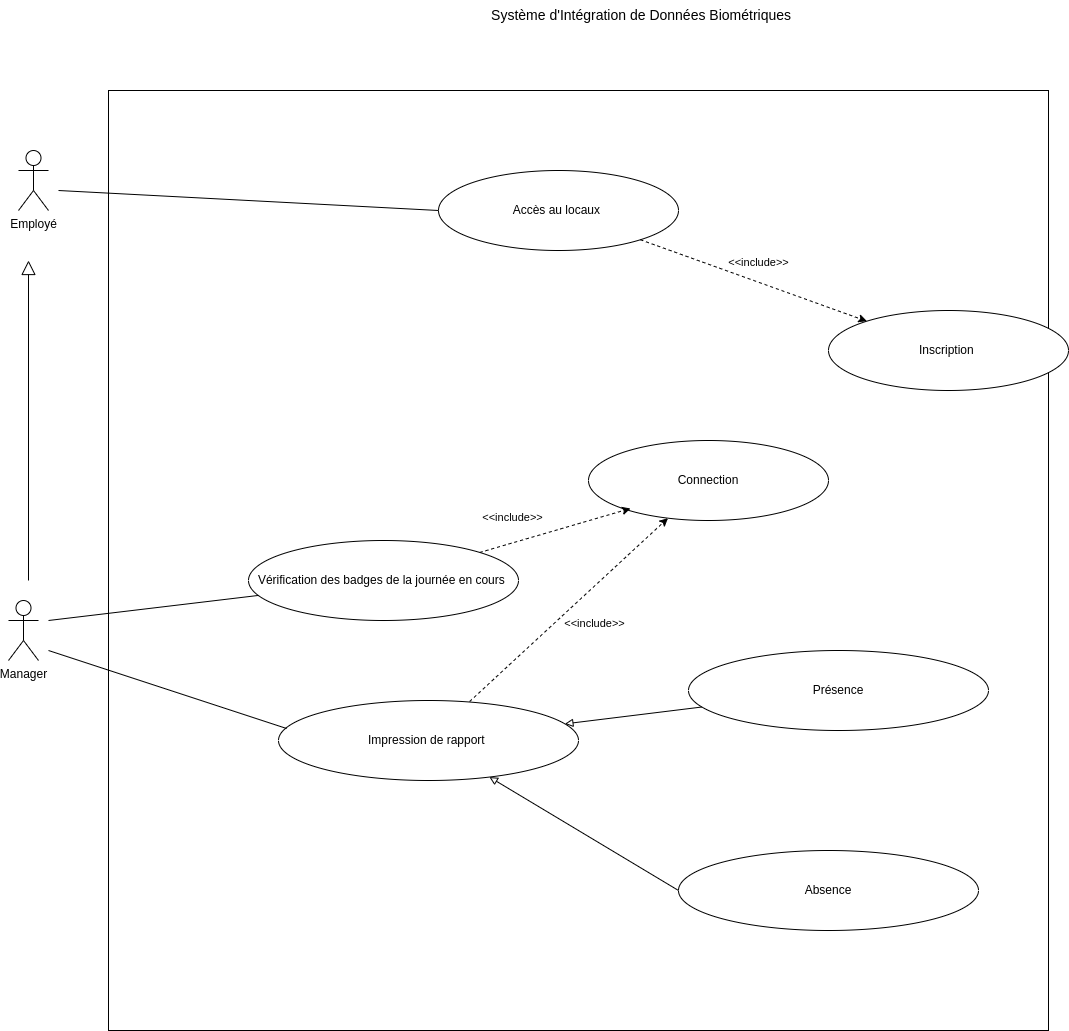
Siluearsene/borne_biometrique keeps this draw.io diagram as static/Diagramme de cas d'utilisation.drawio.png. Above is the earlier version. Source tidied: cells renumbered, new cells last; positions are measured from the earlier drawing's top-left corner, leaving out a move shared by most shapes.
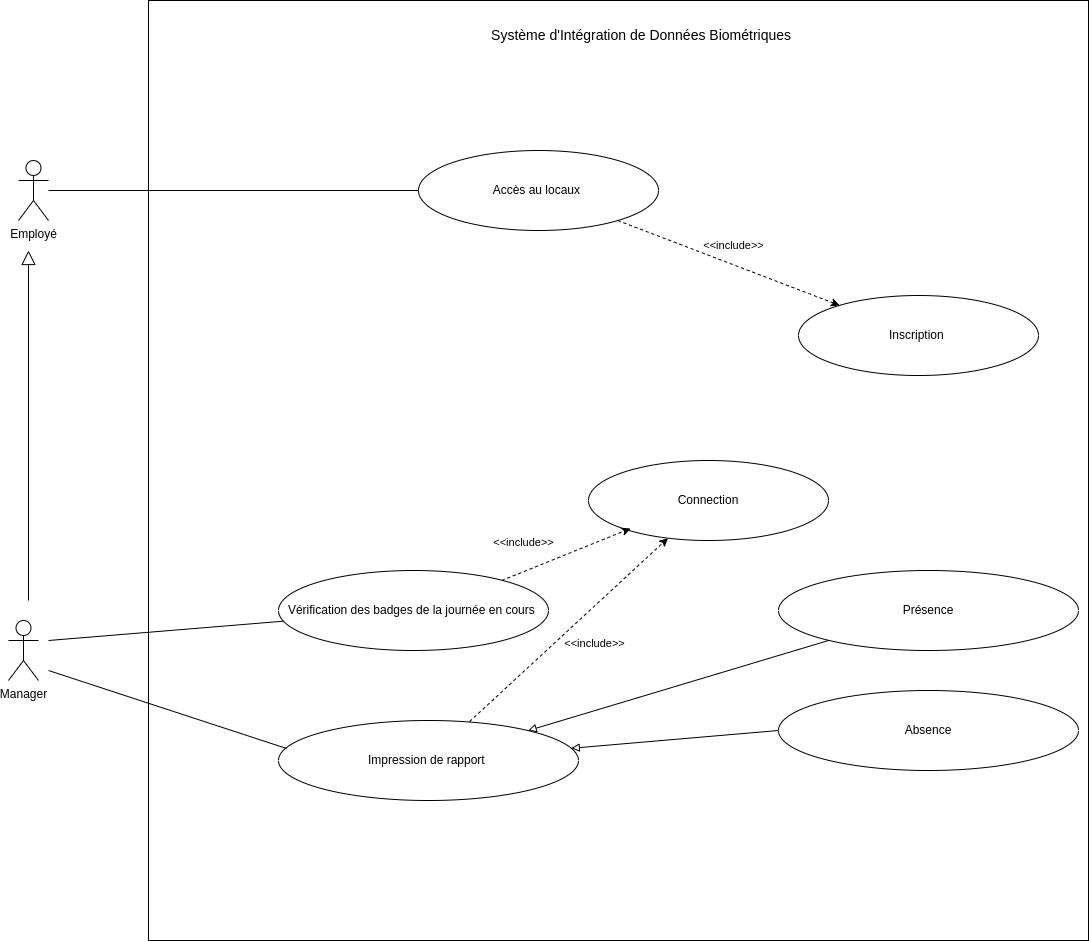
Later version of the same file.

Commit message:
Mettre à jour Diagramme de cas d'utilisation.drawio.png

Diff of the diagram source:
```diff
@@ -3,7 +3,7 @@
     <mxCell id="0" />
     <mxCell id="1" parent="0" />
     <mxCell id="2" value="Employé" style="shape=umlActor;verticalLabelPosition=bottom;verticalAlign=top;html=1;outlineConnect=0;" parent="1" vertex="1">
-      <mxGeometry x="10" y="150" width="30" height="60" as="geometry" />
+      <mxGeometry x="10" y="140" width="30" height="60" as="geometry" />
     </mxCell>
     <mxCell id="3" value="Manager" style="shape=umlActor;verticalLabelPosition=bottom;verticalAlign=top;html=1;" parent="1" vertex="1">
       <mxGeometry y="600" width="30" height="60" as="geometry" />
@@ -11,32 +11,32 @@
     <mxCell id="4" style="endArrow=block;endFill=0;endSize=12;html=1;rounded=0;" parent="1" edge="1">
       <mxGeometry relative="1" as="geometry">
         <mxPoint x="20" y="580" as="sourcePoint" />
-        <mxPoint x="20" y="260" as="targetPoint" />
+        <mxPoint x="20" y="230" as="targetPoint" />
       </mxGeometry>
     </mxCell>
     <mxCell id="5" style="whiteSpace=wrap;html=1;" parent="1" vertex="1">
-      <mxGeometry x="100" y="90" width="940" height="940" as="geometry" />
+      <mxGeometry x="140" y="-20" width="940" height="940" as="geometry" />
     </mxCell>
     <mxCell id="6" value="&lt;font style=&quot;font-size: 14px;&quot;&gt;Système d'Intégration de Données Biométriques&amp;nbsp;&lt;/font&gt;" style="text;html=1;strokeColor=none;fillColor=none;align=center;verticalAlign=middle;whiteSpace=wrap;rounded=0;" parent="1" vertex="1">
       <mxGeometry x="400" width="470" height="30" as="geometry" />
     </mxCell>
     <mxCell id="7" value="Accès au locaux&amp;nbsp;" style="ellipse;whiteSpace=wrap;html=1;" parent="1" vertex="1">
-      <mxGeometry x="430" y="170" width="240" height="80" as="geometry" />
+      <mxGeometry x="410" y="130" width="240" height="80" as="geometry" />
     </mxCell>
     <mxCell id="8" value="Connection" style="ellipse;whiteSpace=wrap;html=1;" parent="1" vertex="1">
       <mxGeometry x="580" y="440" width="240" height="80" as="geometry" />
     </mxCell>
     <mxCell id="9" value="Vérification des badges de la journée en cours&amp;nbsp;" style="ellipse;whiteSpace=wrap;html=1;" parent="1" vertex="1">
-      <mxGeometry x="240" y="540" width="270" height="80" as="geometry" />
+      <mxGeometry x="270" y="550" width="270" height="80" as="geometry" />
     </mxCell>
     <mxCell id="10" value="Présence" style="ellipse;whiteSpace=wrap;html=1;" parent="1" vertex="1">
-      <mxGeometry x="680" y="650" width="300" height="80" as="geometry" />
+      <mxGeometry x="770" y="550" width="300" height="80" as="geometry" />
     </mxCell>
     <mxCell id="11" value="Impression de rapport&amp;nbsp;" style="ellipse;whiteSpace=wrap;html=1;" parent="1" vertex="1">
       <mxGeometry x="270" y="700" width="300" height="80" as="geometry" />
     </mxCell>
     <mxCell id="12" value="Absence" style="ellipse;whiteSpace=wrap;html=1;" parent="1" vertex="1">
-      <mxGeometry x="670" y="850" width="300" height="80" as="geometry" />
+      <mxGeometry x="770" y="670" width="300" height="80" as="geometry" />
     </mxCell>
     <mxCell id="13" style="endArrow=block;html=1;rounded=0;endFill=0;exitX=0;exitY=0.5;exitDx=0;exitDy=0;" parent="1" edge="1" source="12" target="11">
       <mxGeometry relative="1" as="geometry" />
@@ -63,10 +63,12 @@
       </mxGeometry>
     </mxCell>
     <mxCell id="19" value="Inscription&amp;nbsp;" style="ellipse;whiteSpace=wrap;html=1;" parent="1" vertex="1">
-      <mxGeometry x="820" y="310" width="240" height="80" as="geometry" />
+      <mxGeometry x="790" y="275" width="240" height="80" as="geometry" />
     </mxCell>
-    <mxCell id="20" style="endArrow=classic;html=1;rounded=0;dashed=1;entryX=0.175;entryY=0.85;entryDx=0;entryDy=0;entryPerimeter=0;" parent="1" edge="1" source="9" target="8">
-      <mxGeometry relative="1" as="geometry" />
+    <mxCell id="20" style="endArrow=classic;html=1;rounded=0;dashed=1;entryX=0.175;entryY=0.85;entryDx=0;entryDy=0;entryPerimeter=0;" parent="1" edge="1" target="8">
+      <mxGeometry relative="1" as="geometry">
+        <mxPoint x="493.2" y="560" as="sourcePoint" />
+      </mxGeometry>
     </mxCell>
     <mxCell id="21" value="&lt;font style=&quot;font-size: 11px;&quot;&gt;&amp;lt;&amp;lt;include&amp;gt;&lt;/font&gt;&amp;gt;" style="edgeLabel;html=1;align=center;verticalAlign=middle;" parent="20" vertex="1">
       <mxGeometry x="-0.08" y="2" relative="1" as="geometry">
@@ -81,10 +83,10 @@
         <mxPoint x="12" y="-13" as="offset" />
       </mxGeometry>
     </mxCell>
-    <mxCell id="24" style="endArrow=none;html=1;rounded=0;entryX=0;entryY=0.5;entryDx=0;entryDy=0;" parent="1" edge="1" target="7">
-      <mxGeometry relative="1" as="geometry">
-        <mxPoint x="50" y="190" as="sourcePoint" />
-      </mxGeometry>
-    </mxCell>
+    <mxCell id="25" style="endArrow=none;html=1;rounded=0;" parent="1" edge="1" source="2">
+      <mxGeometry relative="1" as="geometry">
+        <mxPoint x="410" y="170" as="targetPoint" />
+      </mxGeometry>
+    </mxCell>
   </root>
 </mxGraphModel>
```
